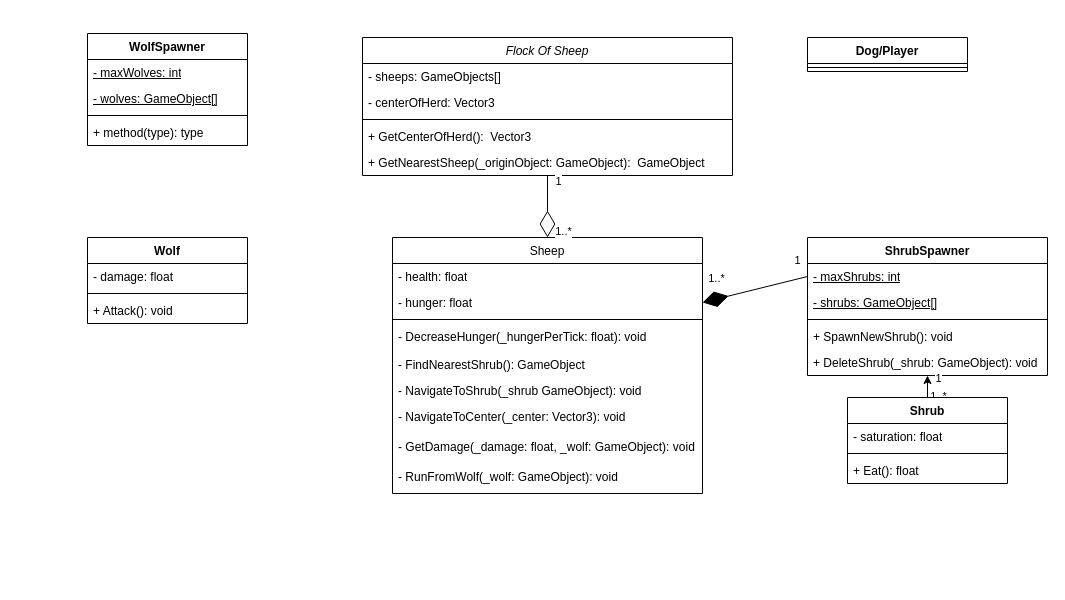
Gsxrwolf/Abgabe_Softwareplanung keeps this draw.io diagram as KI_Verhalten_UML.drawio. Above is the earlier version. Source tidied: cells renumbered, new cells numbered last; positions are measured from the earlier drawing's top-left corner, leaving out a move shared by most shapes. Both pictures are drawn from the tidied source at 100%, with x=0, y=0 at pixel (87, 33).
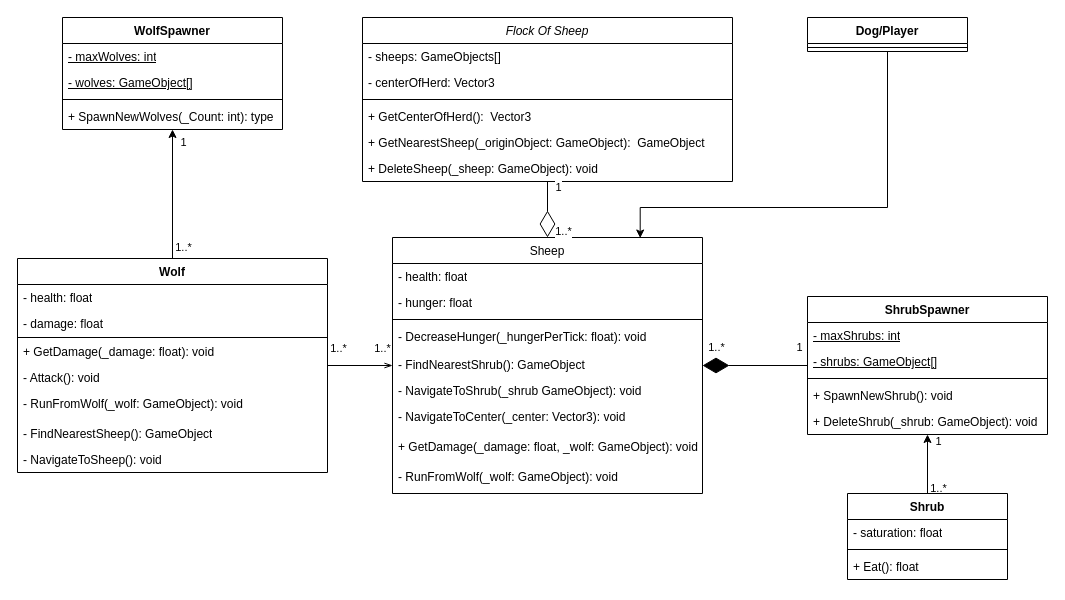
The same page after the edit.

Unchanged cells that the change refers to:
```xml
<mxCell id="8" value="Sheep" style="swimlane;fontStyle=0;align=center;verticalAlign=top;horizontal=1;startSize=26;rounded=0;shadow=0;strokeWidth=1;" parent="1" vertex="1">
  <mxGeometry x="305" y="204" width="310" height="256" as="geometry" />
</mxCell>
<mxCell id="10" value="- hunger: float" style="text;strokeColor=none;fillColor=none;align=left;verticalAlign=top;spacingLeft=4;spacingRight=4;overflow=hidden;points=[[0,0.5],[1,0.5]];portConstraint=eastwest;whiteSpace=wrap;html=1;" parent="8" vertex="1">
  <mxGeometry y="52" width="310" height="26" as="geometry" />
</mxCell>
<mxCell id="22" value="&lt;span style=&quot;text-wrap: nowrap; text-decoration-line: underline;&quot;&gt;- maxShrubs: int&lt;/span&gt;" style="text;strokeColor=none;fillColor=none;align=left;verticalAlign=top;spacingLeft=4;spacingRight=4;overflow=hidden;points=[[0,0.5],[1,0.5]];portConstraint=eastwest;whiteSpace=wrap;html=1;" parent="21" vertex="1">
  <mxGeometry y="26" width="240" height="26" as="geometry" />
</mxCell>
```

Diff of the diagram source:
```diff
@@
     <mxCell id="2" value="Flock Of Sheep" style="swimlane;fontStyle=2;align=center;verticalAlign=top;horizontal=1;startSize=26;rounded=0;shadow=0;strokeWidth=1;" parent="1" vertex="1">
-      <mxGeometry x="275" y="4" width="370" height="138" as="geometry" />
+      <mxGeometry x="275" y="-16" width="370" height="164" as="geometry" />
     </mxCell>
@@
+    <mxCell id="48" value="+ DeleteSheep(_sheep: GameObject): void" style="text;strokeColor=none;fillColor=none;align=left;verticalAlign=top;spacingLeft=4;spacingRight=4;overflow=hidden;whiteSpace=wrap;html=1;" parent="2" vertex="1">
+      <mxGeometry y="138" width="370" height="26" as="geometry" />
+    </mxCell>
@@
-    <mxCell id="16" value="- GetDamage(_damage: float, _wolf: GameObject): void" style="text;strokeColor=none;fillColor=none;align=left;verticalAlign=top;spacingLeft=4;spacingRight=4;overflow=hidden;whiteSpace=wrap;html=1;" parent="8" vertex="1">
+    <mxCell id="16" value="+ GetDamage(_damage: float, _wolf: GameObject): void" style="text;strokeColor=none;fillColor=none;align=left;verticalAlign=top;spacingLeft=4;spacingRight=4;overflow=hidden;whiteSpace=wrap;html=1;" parent="8" vertex="1">
       <mxGeometry y="196" width="310" height="30" as="geometry" />
     </mxCell>
@@
     <mxCell id="21" value="&lt;b&gt;ShrubSpawner&lt;/b&gt;" style="swimlane;fontStyle=1;align=center;verticalAlign=top;horizontal=1;startSize=26;whiteSpace=wrap;html=1;shadow=0;swimlaneLine=1;rounded=0;glass=0;" parent="1" vertex="1">
-      <mxGeometry x="720" y="204" width="240" height="138" as="geometry" />
+      <mxGeometry x="720" y="263" width="240" height="138" as="geometry" />
     </mxCell>
@@
-    <mxCell id="27" style="edgeStyle=orthogonalEdgeStyle;rounded=0;jettySize=auto;html=1;exitX=0.5;exitY=0;exitDx=0;exitDy=0;entryX=0.5;entryY=1;entryDx=0;entryDy=0;" parent="1" edge="1" source="30" target="21">
+    <mxCell id="27" style="edgeStyle=orthogonalEdgeStyle;rounded=0;jettySize=auto;html=1;exitX=0.5;exitY=0;exitDx=0;exitDy=0;" parent="1" edge="1" source="30" target="21">
       <mxGeometry relative="1" as="geometry" />
     </mxCell>
@@
     <mxCell id="30" value="&lt;b&gt;Shrub&lt;/b&gt;" style="swimlane;fontStyle=1;align=center;verticalAlign=top;horizontal=1;startSize=26;whiteSpace=wrap;html=1;" parent="1" vertex="1">
-      <mxGeometry x="760" y="364" width="160" height="86" as="geometry" />
+      <mxGeometry x="760" y="460" width="160" height="86" as="geometry" />
     </mxCell>
@@
-    <mxCell id="34" style="endArrow=diamondThin;endFill=1;endSize=24;html=1;rounded=0;entryX=1;entryY=0.5;entryDx=0;entryDy=0;exitX=0;exitY=0.5;exitDx=0;exitDy=0;" parent="1" edge="1" source="22" target="10">
+    <mxCell id="34" style="endArrow=diamondThin;endFill=1;endSize=24;html=1;rounded=0;" parent="1" edge="1" source="21" target="8">
       <mxGeometry relative="1" as="geometry" />
     </mxCell>
@@
     <mxCell id="37" value="Dog/Player" style="swimlane;fontStyle=1;align=center;verticalAlign=top;horizontal=1;startSize=26;whiteSpace=wrap;html=1;" parent="1" vertex="1">
-      <mxGeometry x="720" y="4" width="160" height="34" as="geometry" />
+      <mxGeometry x="720" y="-16" width="160" height="34" as="geometry" />
     </mxCell>
@@
     <mxCell id="39" value="Wolf" style="swimlane;fontStyle=1;align=center;verticalAlign=top;horizontal=1;startSize=26;whiteSpace=wrap;html=1;" parent="1" vertex="1">
-      <mxGeometry y="204" width="160" height="86" as="geometry" />
+      <mxGeometry x="-70" y="225" width="310" height="214" as="geometry" />
     </mxCell>
+    <mxCell id="49" value="- health: float" style="text;strokeColor=none;fillColor=none;align=left;verticalAlign=top;spacingLeft=4;spacingRight=4;overflow=hidden;whiteSpace=wrap;html=1;" parent="39" vertex="1">
+      <mxGeometry y="26" width="310" height="26" as="geometry" />
+    </mxCell>
     <mxCell id="40" value="- damage: float" style="text;strokeColor=none;fillColor=none;align=left;verticalAlign=top;spacingLeft=4;spacingRight=4;overflow=hidden;whiteSpace=wrap;html=1;" parent="39" vertex="1">
-      <mxGeometry y="26" width="160" height="26" as="geometry" />
+      <mxGeometry y="52" width="310" height="26" as="geometry" />
     </mxCell>
     <mxCell id="41" style="line;strokeWidth=1;fillColor=none;align=left;verticalAlign=middle;spacingTop=-1;spacingLeft=3;spacingRight=3;labelPosition=right;strokeColor=inherit;" parent="39" vertex="1">
-      <mxGeometry y="52" width="160" height="8" as="geometry" />
+      <mxGeometry y="78" width="310" height="2" as="geometry" />
     </mxCell>
+    <mxCell id="50" value="+ GetDamage(_damage: float): void" style="text;strokeColor=none;fillColor=none;align=left;verticalAlign=top;spacingLeft=4;spacingRight=4;overflow=hidden;whiteSpace=wrap;html=1;" parent="39" vertex="1">
+      <mxGeometry y="80" width="310" height="26" as="geometry" />
+    </mxCell>
-    <mxCell id="42" value="+ Attack(): void" style="text;strokeColor=none;fillColor=none;align=left;verticalAlign=top;spacingLeft=4;spacingRight=4;overflow=hidden;whiteSpace=wrap;html=1;" parent="39" vertex="1">
-      <mxGeometry y="60" width="160" height="26" as="geometry" />
+    <mxCell id="42" value="- Attack(): void" style="text;strokeColor=none;fillColor=none;align=left;verticalAlign=top;spacingLeft=4;spacingRight=4;overflow=hidden;whiteSpace=wrap;html=1;" parent="39" vertex="1">
+      <mxGeometry y="106" width="310" height="26" as="geometry" />
     </mxCell>
+    <mxCell id="51" value="- RunFromWolf(_wolf: GameObject): void" style="text;strokeColor=none;fillColor=none;align=left;verticalAlign=top;spacingLeft=4;spacingRight=4;overflow=hidden;whiteSpace=wrap;html=1;" parent="39" vertex="1">
+      <mxGeometry y="132" width="310" height="30" as="geometry" />
+    </mxCell>
+    <mxCell id="52" value="&lt;span style=&quot;text-wrap: nowrap;&quot;&gt;- FindNearestSheep(): GameObject&lt;/span&gt;" style="text;strokeColor=none;fillColor=none;align=left;verticalAlign=top;spacingLeft=4;spacingRight=4;overflow=hidden;whiteSpace=wrap;html=1;" parent="39" vertex="1">
+      <mxGeometry y="162" width="310" height="26" as="geometry" />
+    </mxCell>
+    <mxCell id="53" value="&lt;span style=&quot;text-wrap: nowrap;&quot;&gt;- NavigateToSheep(): void&lt;/span&gt;" style="text;strokeColor=none;fillColor=none;align=left;verticalAlign=top;spacingLeft=4;spacingRight=4;overflow=hidden;whiteSpace=wrap;html=1;" parent="39" vertex="1">
+      <mxGeometry y="188" width="310" height="26" as="geometry" />
+    </mxCell>
     <mxCell id="43" value="WolfSpawner" style="swimlane;fontStyle=1;align=center;verticalAlign=top;horizontal=1;startSize=26;whiteSpace=wrap;html=1;" parent="1" vertex="1">
-      <mxGeometry width="160" height="112" as="geometry" />
+      <mxGeometry x="-25" y="-16" width="220" height="112" as="geometry" />
     </mxCell>
     <mxCell id="44" value="&lt;span style=&quot;text-wrap: nowrap;&quot;&gt;&lt;u&gt;- maxWolves: int&lt;/u&gt;&lt;/span&gt;" style="text;strokeColor=none;fillColor=none;align=left;verticalAlign=top;spacingLeft=4;spacingRight=4;overflow=hidden;whiteSpace=wrap;html=1;" parent="43" vertex="1">
-      <mxGeometry y="26" width="160" height="26" as="geometry" />
+      <mxGeometry y="26" width="220" height="26" as="geometry" />
     </mxCell>
     <mxCell id="45" value="&lt;span style=&quot;text-wrap: nowrap; text-decoration-line: underline;&quot;&gt;- wolves: GameObject[]&lt;/span&gt;" style="text;strokeColor=none;fillColor=none;align=left;verticalAlign=top;spacingLeft=4;spacingRight=4;overflow=hidden;whiteSpace=wrap;html=1;" parent="43" vertex="1">
-      <mxGeometry y="52" width="160" height="26" as="geometry" />
+      <mxGeometry y="52" width="220" height="26" as="geometry" />
     </mxCell>
     <mxCell id="46" style="line;strokeWidth=1;fillColor=none;align=left;verticalAlign=middle;spacingTop=-1;spacingLeft=3;spacingRight=3;labelPosition=right;strokeColor=inherit;" parent="43" vertex="1">
-      <mxGeometry y="78" width="160" height="8" as="geometry" />
+      <mxGeometry y="78" width="220" height="8" as="geometry" />
     </mxCell>
-    <mxCell id="47" value="+ method(type): type" style="text;strokeColor=none;fillColor=none;align=left;verticalAlign=top;spacingLeft=4;spacingRight=4;overflow=hidden;whiteSpace=wrap;html=1;" parent="43" vertex="1">
-      <mxGeometry y="86" width="160" height="26" as="geometry" />
+    <mxCell id="47" value="+ SpawnNewWolves(_Count: int): type" style="text;strokeColor=none;fillColor=none;align=left;verticalAlign=top;spacingLeft=4;spacingRight=4;overflow=hidden;whiteSpace=wrap;html=1;" parent="43" vertex="1">
+      <mxGeometry y="86" width="220" height="26" as="geometry" />
     </mxCell>
+    <mxCell id="54" style="endArrow=none;startArrow=openThin;html=1;rounded=0;edgeStyle=orthogonalEdgeStyle;startFill=0;endFill=0;" parent="1" edge="1" source="8" target="39">
+      <mxGeometry relative="1" as="geometry" />
+    </mxCell>
+    <mxCell id="55" value="1..*" style="edgeLabel;html=1;align=center;verticalAlign=middle;" parent="54" vertex="1">
+      <mxGeometry x="0.68" relative="1" as="geometry">
+        <mxPoint y="-18" as="offset" />
+      </mxGeometry>
+    </mxCell>
+    <mxCell id="56" value="1..*" style="edgeLabel;html=1;align=center;verticalAlign=middle;" parent="54" vertex="1">
+      <mxGeometry x="-0.65" y="-1" relative="1" as="geometry">
+        <mxPoint y="-17" as="offset" />
+      </mxGeometry>
+    </mxCell>
+    <mxCell id="57" style="edgeStyle=orthogonalEdgeStyle;rounded=0;jettySize=auto;html=1;" parent="1" edge="1" source="39" target="43">
+      <mxGeometry relative="1" as="geometry" />
+    </mxCell>
+    <mxCell id="58" value="1..*" style="edgeLabel;html=1;align=center;verticalAlign=middle;" parent="57" vertex="1">
+      <mxGeometry x="-0.81" relative="1" as="geometry">
+        <mxPoint x="10" as="offset" />
+      </mxGeometry>
+    </mxCell>
+    <mxCell id="59" value="1" style="edgeLabel;html=1;align=center;verticalAlign=middle;" parent="57" vertex="1">
+      <mxGeometry x="0.81" y="1" relative="1" as="geometry">
+        <mxPoint x="11" as="offset" />
+      </mxGeometry>
+    </mxCell>
+    <mxCell id="60" style="edgeStyle=orthogonalEdgeStyle;rounded=0;jettySize=auto;html=1;exitX=0.5;exitY=1;exitDx=0;exitDy=0;entryX=0.799;entryY=0.002;entryDx=0;entryDy=0;entryPerimeter=0;" parent="1" edge="1" source="37" target="8">
+      <mxGeometry relative="1" as="geometry">
+        <Array as="points">
+          <mxPoint x="800" y="174" />
+          <mxPoint x="553" y="174" />
+        </Array>
+      </mxGeometry>
+    </mxCell>
```
